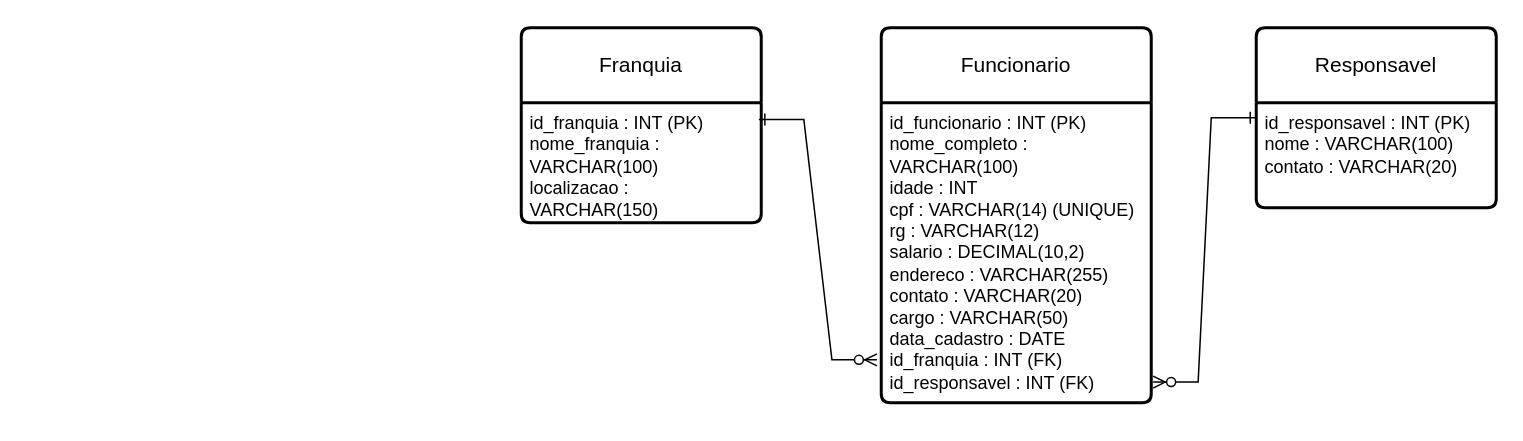
This is DER atacadão.drawio.xml from ArturMaximo0/artur.maximo-bd, a draw.io file, before an edit. Source tidied: cells renumbered, new cells numbered last; positions are measured from the earlier drawing's top-left corner, leaving out a move shared by most shapes. Both pictures are drawn from the tidied source at 150%, with x=0, y=0 at pixel (520, 27).
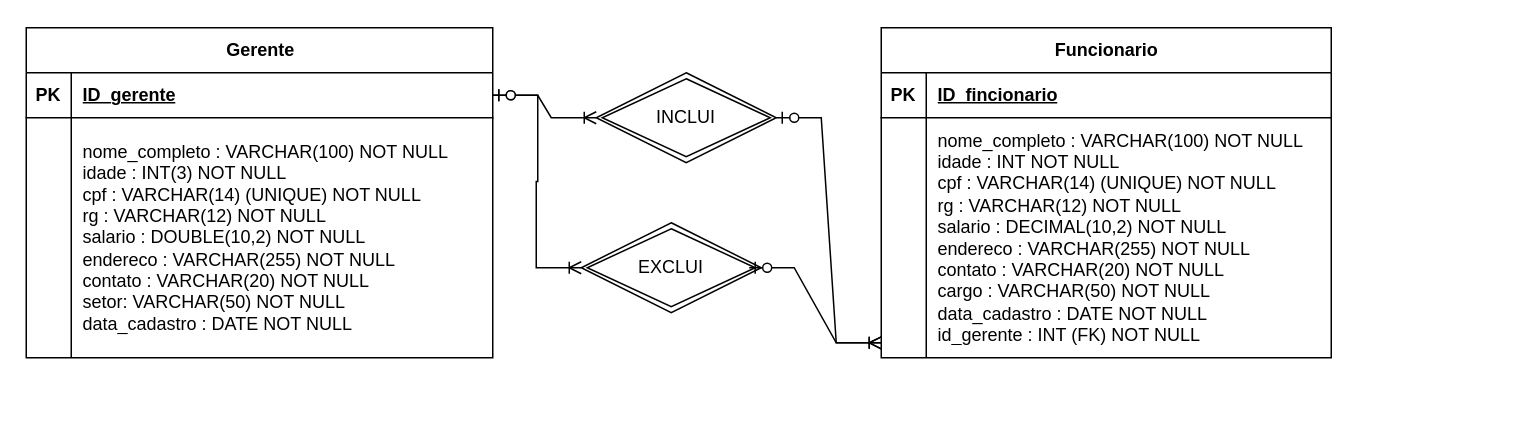
Above is the later version.

Commit message:
DER refinado 26/03

What changed in the source:
```diff
@@
+    <mxCell id="11" value="Gerente" style="shape=table;startSize=30;childLayout=tableLayout;rowLines=0;fontStyle=1;align=center;html=1;" parent="1" vertex="1">
+      <mxGeometry x="-330" width="311" height="220" as="geometry" />
+    </mxCell>
+    <mxCell id="12" style="shape=tableRow;horizontal=0;startSize=0;swimlaneHead=0;swimlaneBody=0;fillColor=none;points=[[0,0.5],[1,0.5]];portConstraint=eastwest;top=0;left=0;right=0;bottom=1;" parent="11" vertex="1">
+      <mxGeometry y="30" width="311" height="30" as="geometry" />
+    </mxCell>
+    <mxCell id="13" value="PK" style="shape=partialRectangle;fillColor=none;top=0;left=0;bottom=0;right=0;fontStyle=1;overflow=hidden;whiteSpace=wrap;html=1;" parent="12" vertex="1">
+      <mxGeometry width="30" height="30" as="geometry" />
+    </mxCell>
+    <mxCell id="14" value="ID_gerente" style="shape=partialRectangle;fillColor=none;top=0;left=0;bottom=0;right=0;align=left;spacingLeft=6;fontStyle=5;overflow=hidden;whiteSpace=wrap;html=1;" parent="12" vertex="1">
+      <mxGeometry x="30" width="281" height="30" as="geometry" />
+    </mxCell>
+    <mxCell id="15" style="shape=tableRow;horizontal=0;startSize=0;swimlaneHead=0;swimlaneBody=0;fillColor=none;top=0;left=0;right=0;bottom=0;" parent="11" vertex="1">
+      <mxGeometry y="60" width="311" height="160" as="geometry" />
+    </mxCell>
+    <mxCell id="16" style="shape=partialRectangle;fillColor=none;top=0;left=0;bottom=0;right=0;overflow=hidden;whiteSpace=wrap;html=1;" parent="15" vertex="1">
+      <mxGeometry width="30" height="160" as="geometry" />
+    </mxCell>
+    <mxCell id="17" value="&lt;div&gt;&lt;span style=&quot;background-color: transparent; color: light-dark(rgb(0, 0, 0), rgb(255, 255, 255));&quot;&gt;nome_completo : VARCHAR(100) NOT NULL&lt;/span&gt;&lt;/div&gt;&lt;div&gt;idade : INT(3) NOT NULL&lt;/div&gt;&lt;div&gt;cpf : VARCHAR(14) (UNIQUE) NOT NULL&lt;/div&gt;&lt;div&gt;rg : VARCHAR(12) NOT NULL&lt;/div&gt;&lt;div&gt;salario : DOUBLE(10,2) NOT NULL&lt;/div&gt;&lt;div&gt;endereco : VARCHAR(255) NOT NULL&lt;/div&gt;&lt;div&gt;contato : VARCHAR(20) NOT NULL&lt;/div&gt;&lt;div&gt;setor: VARCHAR(50) NOT NULL&amp;nbsp;&lt;/div&gt;&lt;div&gt;data_cadastro : DATE NOT NULL&lt;/div&gt;" style="shape=partialRectangle;fillColor=none;top=0;left=0;bottom=0;right=0;align=left;spacingLeft=6;overflow=hidden;whiteSpace=wrap;html=1;" parent="15" vertex="1">
+      <mxGeometry x="30" width="281" height="160" as="geometry" />
+    </mxCell>
+    <mxCell id="18" value="INCLUI" style="shape=rhombus;double=1;perimeter=rhombusPerimeter;whiteSpace=wrap;html=1;align=center;" parent="1" vertex="1">
+      <mxGeometry x="50" y="30" width="120" height="60" as="geometry" />
+    </mxCell>
-    <mxCell id="2" value="Funcionario" style="swimlane;horizontal=1;startSize=50;rounded=1;fontSize=14;fontStyle=0;strokeWidth=2;shadow=0;dashed=0;align=center;arcSize=4;whiteSpace=wrap;html=1;" parent="1" vertex="1">
-      <mxGeometry x="240" width="180" height="250" as="geometry" />
+    <mxCell id="2" value="Funcionario" style="shape=table;startSize=30;childLayout=tableLayout;rowLines=0;fontStyle=1;align=center;html=1;" parent="1" vertex="1">
+      <mxGeometry x="240" width="300" height="220" as="geometry" />
     </mxCell>
-    <mxCell id="3" value="&lt;div&gt;&lt;div&gt;&lt;span style=&quot;background-color: transparent; color: light-dark(rgb(0, 0, 0), rgb(255, 255, 255));&quot;&gt;id_funcionario : INT (PK)&lt;/span&gt;&lt;/div&gt;&lt;div&gt;nome_completo : VARCHAR(100)&lt;/div&gt;&lt;div&gt;idade : INT&lt;/div&gt;&lt;div&gt;cpf : VARCHAR(14) (UNIQUE)&lt;/div&gt;&lt;div&gt;rg : VARCHAR(12)&lt;/div&gt;&lt;div&gt;salario : DECIMAL(10,2)&lt;/div&gt;&lt;div&gt;endereco : VARCHAR(255)&lt;/div&gt;&lt;div&gt;contato : VARCHAR(20)&lt;/div&gt;&lt;div&gt;cargo : VARCHAR(50)&lt;/div&gt;&lt;div&gt;data_cadastro : DATE&lt;/div&gt;&lt;div&gt;id_franquia : INT (FK)&lt;/div&gt;&lt;div&gt;id_responsavel : INT (FK)&lt;/div&gt;&lt;/div&gt;&lt;div&gt;&lt;br&gt;&lt;/div&gt;" style="align=left;strokeColor=none;fillColor=none;spacingLeft=4;spacingRight=4;fontSize=12;verticalAlign=top;html=1;whiteSpace=wrap;" parent="2" vertex="1">
-      <mxGeometry y="50" width="180" height="200" as="geometry" />
-    </mxCell>
-    <mxCell id="4" style="edgeStyle=orthogonalEdgeStyle;rounded=0;orthogonalLoop=1;jettySize=auto;html=1;exitX=0.5;exitY=1;exitDx=0;exitDy=0;" parent="2" edge="1" source="3" target="3">
-      <mxGeometry relative="1" as="geometry" />
-    </mxCell>
-    <mxCell id="5" value="Franquia" style="swimlane;horizontal=1;startSize=50;rounded=1;fontSize=14;fontStyle=0;strokeWidth=2;shadow=0;dashed=0;align=center;arcSize=4;whiteSpace=wrap;html=1;" parent="1" vertex="1">
-      <mxGeometry width="160" height="130" as="geometry" />
-    </mxCell>
-    <mxCell id="6" value="&lt;div&gt;&lt;span style=&quot;background-color: transparent; color: light-dark(rgb(0, 0, 0), rgb(255, 255, 255));&quot;&gt;id_franquia : INT (PK)&lt;/span&gt;&lt;/div&gt;&lt;div&gt;nome_franquia : VARCHAR(100)&lt;/div&gt;&lt;div&gt;localizacao : VARCHAR(150)&lt;/div&gt;&lt;div&gt;&lt;br&gt;&lt;/div&gt;" style="align=left;strokeColor=none;fillColor=none;spacingLeft=4;spacingRight=4;fontSize=12;verticalAlign=top;html=1;whiteSpace=wrap;" parent="5" vertex="1">
-      <mxGeometry y="50" width="160" height="80" as="geometry" />
-    </mxCell>
-    <mxCell id="7" value="Responsavel" style="swimlane;horizontal=1;startSize=50;rounded=1;fontSize=14;fontStyle=0;strokeWidth=2;shadow=0;dashed=0;align=center;arcSize=4;whiteSpace=wrap;html=1;" parent="1" vertex="1">
-      <mxGeometry x="490" width="160" height="120" as="geometry" />
-    </mxCell>
-    <mxCell id="8" value="&lt;div&gt;&lt;span style=&quot;background-color: transparent; color: light-dark(rgb(0, 0, 0), rgb(255, 255, 255));&quot;&gt;id_responsavel : INT (PK)&lt;/span&gt;&lt;/div&gt;&lt;div&gt;nome : VARCHAR(100)&lt;/div&gt;&lt;div&gt;contato : VARCHAR(20)&lt;/div&gt;&lt;div&gt;&lt;br&gt;&lt;/div&gt;" style="align=left;strokeColor=none;fillColor=none;spacingLeft=4;spacingRight=4;fontSize=12;verticalAlign=top;html=1;whiteSpace=wrap;" parent="7" vertex="1">
-      <mxGeometry y="50" width="160" height="70" as="geometry" />
-    </mxCell>
-    <mxCell id="9" style="edgeStyle=entityRelationEdgeStyle;fontSize=12;html=1;endArrow=ERzeroToMany;endFill=1;rounded=0;exitX=0.99;exitY=0.14;exitDx=0;exitDy=0;entryX=-0.016;entryY=0.857;entryDx=0;entryDy=0;entryPerimeter=0;startArrow=ERone;startFill=0;exitPerimeter=0;" parent="1" edge="1" source="6" target="3">
-      <mxGeometry relative="1" as="geometry" />
-    </mxCell>
-    <mxCell id="10" style="edgeStyle=entityRelationEdgeStyle;fontSize=12;html=1;endArrow=ERzeroToMany;endFill=1;rounded=0;exitX=0;exitY=0.5;exitDx=0;exitDy=0;entryX=1.007;entryY=0.931;entryDx=0;entryDy=0;entryPerimeter=0;startArrow=ERone;startFill=0;" parent="1" edge="1" source="7" target="3">
-      <mxGeometry relative="1" as="geometry" />
-    </mxCell>
+    <mxCell id="19" style="shape=tableRow;horizontal=0;startSize=0;swimlaneHead=0;swimlaneBody=0;fillColor=none;top=0;left=0;right=0;bottom=1;" parent="2" vertex="1">
+      <mxGeometry y="30" width="300" height="30" as="geometry" />
+    </mxCell>
+    <mxCell id="20" value="PK" style="shape=partialRectangle;fillColor=none;top=0;left=0;bottom=0;right=0;fontStyle=1;overflow=hidden;whiteSpace=wrap;html=1;" parent="19" vertex="1">
+      <mxGeometry width="30" height="30" as="geometry" />
+    </mxCell>
+    <mxCell id="21" value="ID_fincionario" style="shape=partialRectangle;fillColor=none;top=0;left=0;bottom=0;right=0;align=left;spacingLeft=6;fontStyle=5;overflow=hidden;whiteSpace=wrap;html=1;" parent="19" vertex="1">
+      <mxGeometry x="30" width="270" height="30" as="geometry" />
+    </mxCell>
+    <mxCell id="22" style="shape=tableRow;horizontal=0;startSize=0;swimlaneHead=0;swimlaneBody=0;fillColor=none;points=[[0,0.5],[1,0.5]];portConstraint=eastwest;top=0;left=0;right=0;bottom=0;" parent="2" vertex="1">
+      <mxGeometry y="60" width="300" height="160" as="geometry" />
+    </mxCell>
+    <mxCell id="23" style="shape=partialRectangle;fillColor=none;top=0;left=0;bottom=0;right=0;overflow=hidden;whiteSpace=wrap;html=1;" parent="22" vertex="1">
+      <mxGeometry width="30" height="160" as="geometry" />
+    </mxCell>
+    <mxCell id="24" value="&lt;div&gt;&lt;span style=&quot;background-color: transparent; color: light-dark(rgb(0, 0, 0), rgb(255, 255, 255));&quot;&gt;nome_completo : VARCHAR(100)&amp;nbsp;&lt;/span&gt;&lt;span style=&quot;background-color: transparent; color: light-dark(rgb(0, 0, 0), rgb(255, 255, 255));&quot;&gt;NOT NULL&lt;/span&gt;&lt;/div&gt;&lt;div&gt;idade : INT&amp;nbsp;&lt;span style=&quot;background-color: transparent; color: light-dark(rgb(0, 0, 0), rgb(255, 255, 255));&quot;&gt;NOT NULL&lt;/span&gt;&lt;/div&gt;&lt;div&gt;cpf : VARCHAR(14) (UNIQUE)&amp;nbsp;&lt;span style=&quot;background-color: transparent; color: light-dark(rgb(0, 0, 0), rgb(255, 255, 255));&quot;&gt;NOT NULL&lt;/span&gt;&lt;/div&gt;&lt;div&gt;rg : VARCHAR(12)&amp;nbsp;&lt;span style=&quot;background-color: transparent; color: light-dark(rgb(0, 0, 0), rgb(255, 255, 255));&quot;&gt;NOT NULL&lt;/span&gt;&lt;/div&gt;&lt;div&gt;salario : DECIMAL(10,2)&amp;nbsp;&lt;span style=&quot;background-color: transparent; color: light-dark(rgb(0, 0, 0), rgb(255, 255, 255));&quot;&gt;NOT NULL&lt;/span&gt;&lt;/div&gt;&lt;div&gt;endereco : VARCHAR(255)&amp;nbsp;&lt;span style=&quot;background-color: transparent; color: light-dark(rgb(0, 0, 0), rgb(255, 255, 255));&quot;&gt;NOT NULL&lt;/span&gt;&lt;/div&gt;&lt;div&gt;contato : VARCHAR(20)&amp;nbsp;&lt;span style=&quot;background-color: transparent; color: light-dark(rgb(0, 0, 0), rgb(255, 255, 255));&quot;&gt;NOT NULL&lt;/span&gt;&lt;/div&gt;&lt;div&gt;cargo : VARCHAR(50)&amp;nbsp;&lt;span style=&quot;background-color: transparent; color: light-dark(rgb(0, 0, 0), rgb(255, 255, 255));&quot;&gt;NOT NULL&lt;/span&gt;&lt;/div&gt;&lt;div&gt;data_cadastro : DATE&amp;nbsp;&lt;span style=&quot;background-color: transparent; color: light-dark(rgb(0, 0, 0), rgb(255, 255, 255));&quot;&gt;NOT NULL&lt;/span&gt;&lt;/div&gt;&lt;div&gt;&lt;span style=&quot;background-color: transparent; color: light-dark(rgb(0, 0, 0), rgb(255, 255, 255));&quot;&gt;id_gerente : INT (FK) NOT NULL&lt;/span&gt;&lt;/div&gt;" style="shape=partialRectangle;fillColor=none;top=0;left=0;bottom=0;right=0;align=left;spacingLeft=6;overflow=hidden;whiteSpace=wrap;html=1;" parent="22" vertex="1">
+      <mxGeometry x="30" width="270" height="160" as="geometry" />
+    </mxCell>
+    <mxCell id="25" style="edgeStyle=entityRelationEdgeStyle;fontSize=12;html=1;endArrow=ERoneToMany;startArrow=ERzeroToOne;rounded=0;" parent="1" edge="1" source="12" target="18">
+      <mxGeometry relative="1" as="geometry" />
+    </mxCell>
+    <mxCell id="26" style="edgeStyle=entityRelationEdgeStyle;fontSize=12;html=1;endArrow=ERoneToMany;startArrow=ERzeroToOne;rounded=0;entryX=0;entryY=0.938;entryDx=0;entryDy=0;entryPerimeter=0;" parent="1" edge="1" source="18" target="22">
+      <mxGeometry relative="1" as="geometry" />
+    </mxCell>
+    <mxCell id="27" value="EXCLUI" style="shape=rhombus;double=1;perimeter=rhombusPerimeter;whiteSpace=wrap;html=1;align=center;" parent="1" vertex="1">
+      <mxGeometry x="40" y="130" width="120" height="60" as="geometry" />
+    </mxCell>
+    <mxCell id="28" style="edgeStyle=entityRelationEdgeStyle;fontSize=12;html=1;endArrow=ERoneToMany;startArrow=ERzeroToOne;rounded=0;entryX=0;entryY=0.5;entryDx=0;entryDy=0;exitX=1;exitY=0.5;exitDx=0;exitDy=0;" parent="1" edge="1" source="12" target="27">
+      <mxGeometry relative="1" as="geometry" />
+    </mxCell>
+    <mxCell id="29" style="edgeStyle=entityRelationEdgeStyle;fontSize=12;html=1;endArrow=ERoneToMany;startArrow=ERzeroToOne;rounded=0;exitX=0.933;exitY=0.5;exitDx=0;exitDy=0;exitPerimeter=0;entryX=0;entryY=0.938;entryDx=0;entryDy=0;entryPerimeter=0;" parent="1" edge="1" source="27" target="22">
+      <mxGeometry relative="1" as="geometry" />
+    </mxCell>
```
